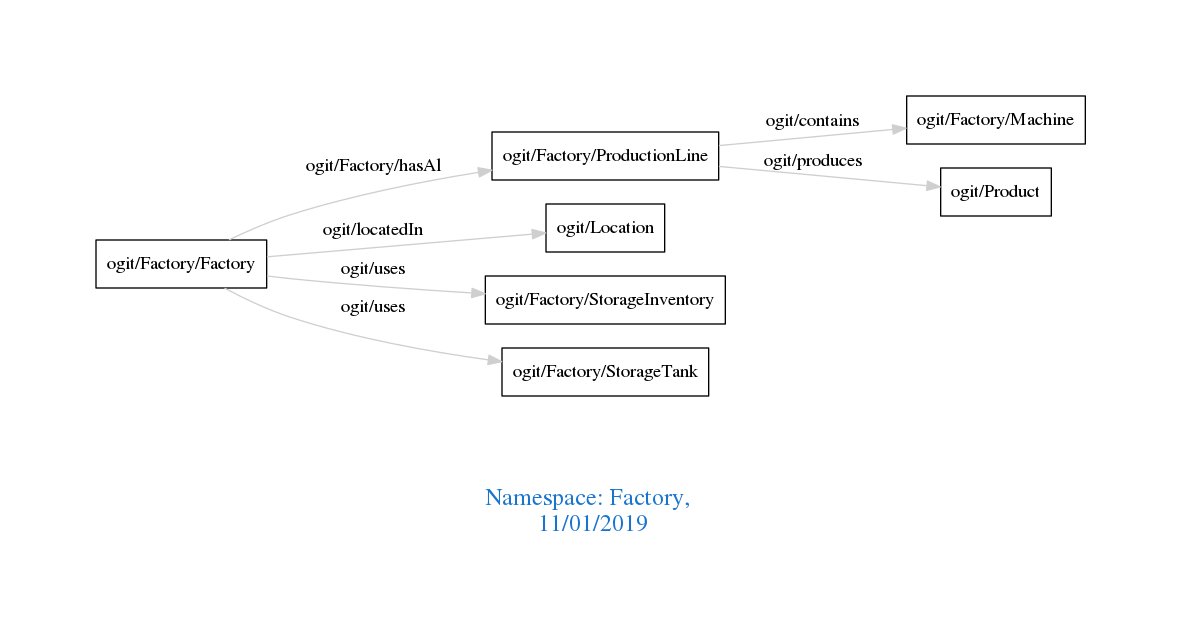
Above: downloads/Factory.png in arago/OGIT (Graphviz), before the change. Its source is kept beside it as downloads/Factory.dot.
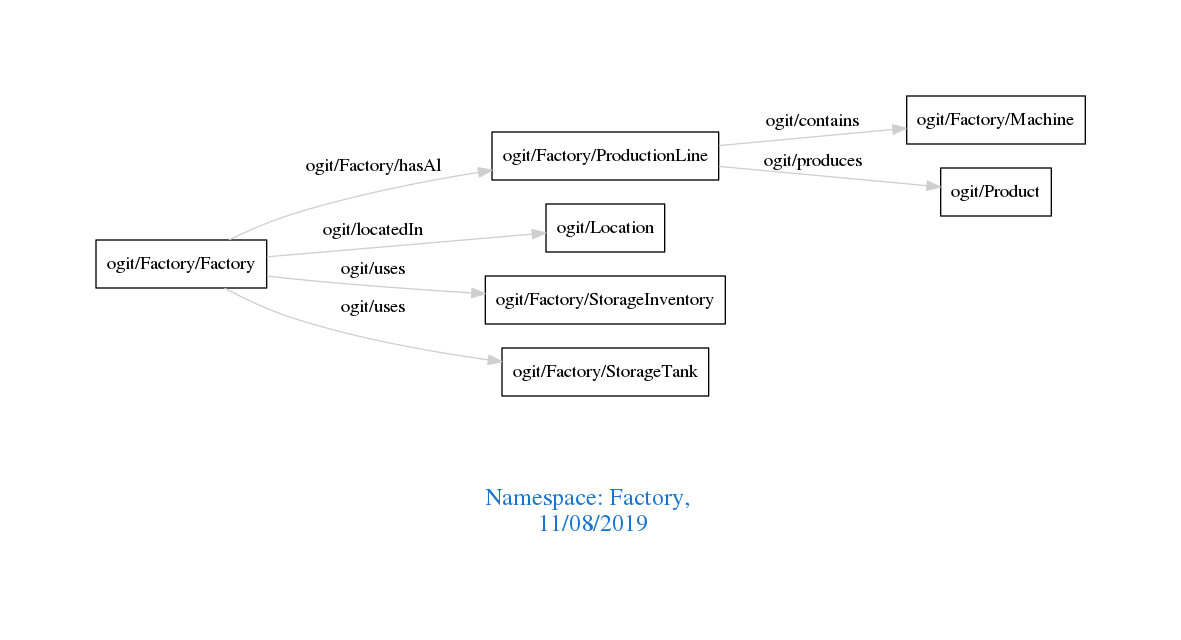
After the commit.

What changed in the source:
```diff
@@ -1,7 +1,7 @@
 digraph OGIT_ontology {
  graph [ rankdir= LR,pad=1
 fontsize = 18,
-fontcolor= dodgerblue3,label = "\n\n\nNamespace: Factory, \n 11/01/2019"];
+fontcolor= dodgerblue3,label = "\n\n\nNamespace: Factory, \n 11/08/2019"];
 node[shape=polygon];
 edge [  color="gray81"];
 
```
